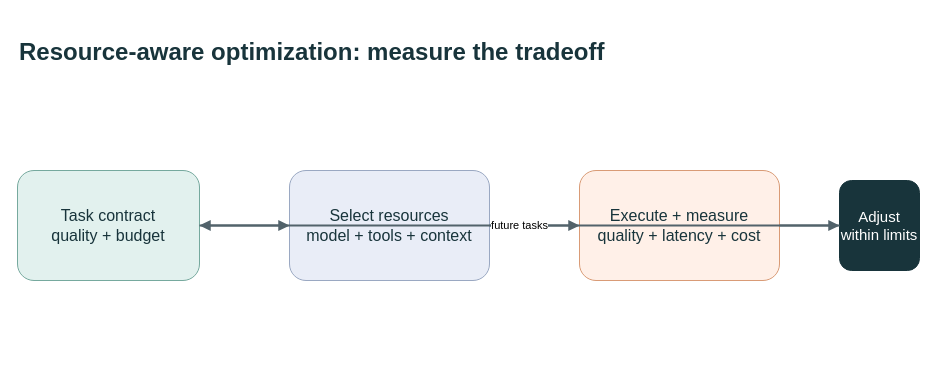
evoiz/Agentic-Design-Patterns keeps this draw.io diagram as docs/images/resource-optimization-visual-summary.drawio. Above is the earlier version. Source tidied: cells renumbered, new cells numbered last; positions are measured from the earlier drawing's top-left corner, leaving out a move shared by most shapes. Both pictures are drawn from the tidied source at 100%, with x=0, y=0 at pixel (17, 17).
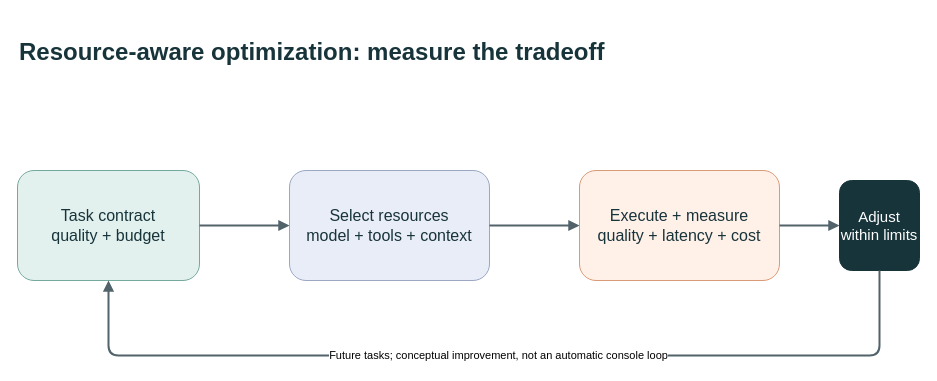
After the change.

What changed in the source:
```diff
@@
 <mxGraphModel>
   <root>
     <mxCell id="0" />
     <mxCell id="1" parent="0" />
     <mxCell id="2" value="Resource-aware optimization: measure the tradeoff" style="text;html=1;align=left;verticalAlign=middle;whiteSpace=wrap;rounded=0;fontSize=24;fontStyle=1;fontColor=#18343B;" parent="1" vertex="1">
       <mxGeometry width="870" height="70" as="geometry" />
     </mxCell>
     <mxCell id="3" value="Task contract&#10;quality + budget" style="rounded=1;whiteSpace=wrap;html=1;fillColor=#E2F1EE;strokeColor=#76A99E;fontColor=#18343B;fontSize=16;" parent="1" vertex="1">
       <mxGeometry y="153" width="182" height="110" as="geometry" />
     </mxCell>
     <mxCell id="4" value="Select resources&#10;model + tools + context" style="rounded=1;whiteSpace=wrap;html=1;fillColor=#E9EDF7;strokeColor=#9AA8C2;fontColor=#18343B;fontSize=16;" parent="1" vertex="1">
       <mxGeometry x="272" y="153" width="200" height="110" as="geometry" />
     </mxCell>
     <mxCell id="5" value="Execute + measure&#10;quality + latency + cost" style="rounded=1;whiteSpace=wrap;html=1;fillColor=#FFF0E8;strokeColor=#D99B76;fontColor=#18343B;fontSize=16;" parent="1" vertex="1">
       <mxGeometry x="562" y="153" width="200" height="110" as="geometry" />
     </mxCell>
     <mxCell id="6" value="Adjust&#10;within limits" style="rounded=1;whiteSpace=wrap;html=1;fillColor=#18343B;strokeColor=#18343B;fontColor=#FFFFFF;fontSize=15;" parent="1" vertex="1">
       <mxGeometry x="822" y="163" width="80" height="90" as="geometry" />
     </mxCell>
     <mxCell id="7" style="edgeStyle=orthogonalEdgeStyle;rounded=0;html=1;endArrow=block;endFill=1;strokeColor=#52636B;strokeWidth=2;" parent="1" edge="1" source="3" target="4">
       <mxGeometry relative="1" as="geometry" />
     </mxCell>
     <mxCell id="8" style="edgeStyle=orthogonalEdgeStyle;rounded=0;html=1;endArrow=block;endFill=1;strokeColor=#52636B;strokeWidth=2;" parent="1" edge="1" source="4" target="5">
       <mxGeometry relative="1" as="geometry" />
     </mxCell>
     <mxCell id="9" style="edgeStyle=orthogonalEdgeStyle;rounded=0;html=1;endArrow=block;endFill=1;strokeColor=#52636B;strokeWidth=2;" parent="1" edge="1" source="5" target="6">
       <mxGeometry relative="1" as="geometry" />
     </mxCell>
-    <mxCell id="10" value="future tasks" style="edgeStyle=orthogonalEdgeStyle;rounded=0;html=1;endArrow=block;endFill=1;strokeColor=#52636B;strokeWidth=2;" parent="1" edge="1" source="6" target="3">
-      <mxGeometry relative="1" as="geometry" />
+    <mxCell id="10" value="Future tasks; conceptual improvement, not an automatic console loop" style="edgeStyle=orthogonalEdgeStyle;html=1;endArrow=block;strokeColor=#52636B;strokeWidth=2;exitX=0.5;exitY=1;entryX=0.5;entryY=1;labelBackgroundColor=#FFFFFF;" parent="1" edge="1" source="6" target="3">
+      <mxGeometry relative="1" as="geometry">
+        <Array as="points">
+          <mxPoint x="862" y="338" />
+          <mxPoint x="91" y="338" />
+        </Array>
+      </mxGeometry>
     </mxCell>
   </root>
 </mxGraphModel>
```
